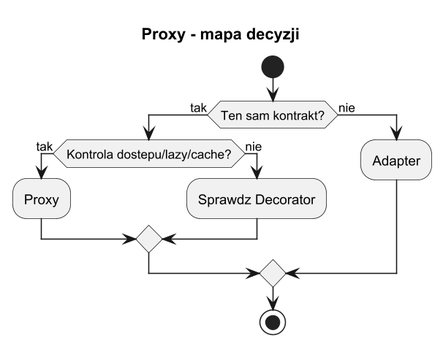
This is src/10-proxy/02-kiedy-stosowac-zalety-wady/diagrams/proxy_decision_map.png from tborzyszkowski/DesignPatterns, a PlantUML export, as it was before one commit.
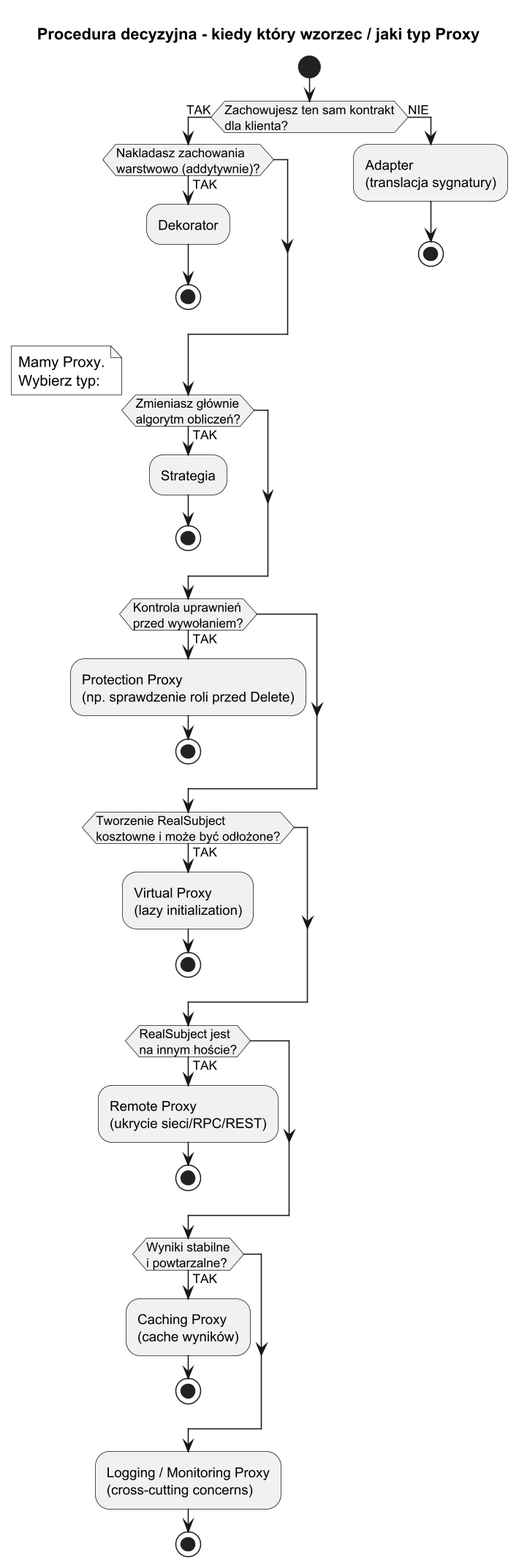
The same file after the commit.

Diff of the diagram source:
```diff
@@ -1,19 +1,54 @@
 @startuml proxy_decision_map
-title Proxy - mapa decyzji
+title Procedura decyzyjna - kiedy który wzorzec / jaki typ Proxy
 
 skinparam monochrome true
 skinparam dpi 150
 
 start
-if (Ten sam kontrakt?) then (tak)
-  if (Kontrola dostepu/lazy/cache?) then (tak)
-    :Proxy;
-  else (nie)
-    :Sprawdz Decorator;
+
+if (Zachowujesz ten sam kontrakt\ndla klienta?) then (TAK)
+
+  if (Nakladasz zachowania\nwarstwowo (addytywnie)?) then (TAK)
+    :Dekorator;
+    stop
   endif
-else (nie)
-  :Adapter;
+
+  if (Zmieniasz głównie\nalgorytm obliczeń?) then (TAK)
+    :Strategia;
+    stop
+  endif
+
+  note right
+    Mamy Proxy.
+    Wybierz typ:
+  end note
+
+  if (Kontrola uprawnień\nprzed wywołaniem?) then (TAK)
+    :Protection Proxy\n(np. sprawdzenie roli przed Delete);
+    stop
+  endif
+
+  if (Tworzenie RealSubject\nkosztowne i może być odłożone?) then (TAK)
+    :Virtual Proxy\n(lazy initialization);
+    stop
+  endif
+
+  if (RealSubject jest\nna innym hoście?) then (TAK)
+    :Remote Proxy\n(ukrycie sieci/RPC/REST);
+    stop
+  endif
+
+  if (Wyniki stabilne\ni powtarzalne?) then (TAK)
+    :Caching Proxy\n(cache wyników);
+    stop
+  endif
+
+  :Logging / Monitoring Proxy\n(cross-cutting concerns);
+  stop
+
+else (NIE)
+  :Adapter\n(translacja sygnatury);
+  stop
 endif
-stop
 
 @enduml
```
